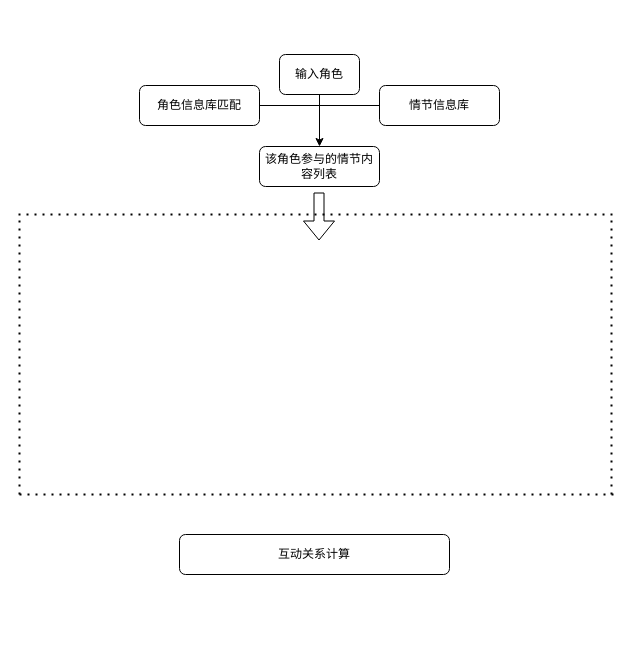
The draw.io diagram 互动关系维度.drawio in Luoxun1989/work-graph, before the edit. Source tidied: cells renumbered, new cells numbered last; positions are measured from the earlier drawing's top-left corner, leaving out a move shared by most shapes. Both pictures are drawn from the tidied source at 100%, with x=0, y=0 at pixel (18, 54).
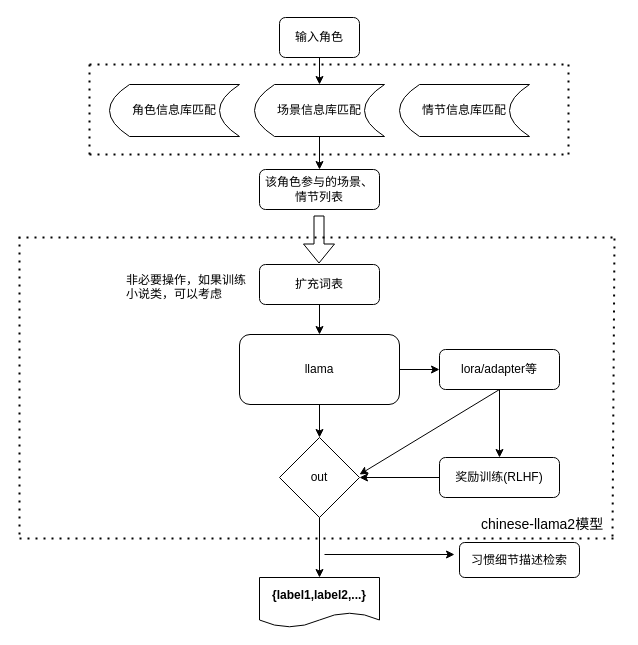
The same diagram, later.

Commit message:
更新互动关系维度.drawio

Change to the diagram source:
```diff
@@
+    <mxCell id="14" value="该角色参与的场景、情节列表" style="rounded=1;whiteSpace=wrap;html=1;fontSize=12;glass=0;strokeWidth=1;shadow=0;" parent="1" vertex="1">
+      <mxGeometry x="241" y="115" width="120" height="40" as="geometry" />
+    </mxCell>
+    <mxCell id="5" value="输入角色" style="rounded=1;whiteSpace=wrap;html=1;fontSize=12;glass=0;strokeWidth=1;shadow=0;" parent="1" vertex="1">
+      <mxGeometry x="261" y="-37" width="80" height="40" as="geometry" />
+    </mxCell>
+    <mxCell id="15" style="shape=flexArrow;endArrow=classic;html=1;rounded=0;exitX=0.5;exitY=1;exitDx=0;exitDy=0;" parent="1" edge="1">
+      <mxGeometry relative="1" as="geometry">
+        <mxPoint x="300.5" y="161" as="sourcePoint" />
+        <mxPoint x="300.5" y="209" as="targetPoint" />
+      </mxGeometry>
+    </mxCell>
+    <mxCell id="16" style="endArrow=classic;html=1;rounded=0;exitX=0.5;exitY=1;exitDx=0;exitDy=0;" parent="1" edge="1" source="5">
+      <mxGeometry relative="1" as="geometry">
+        <mxPoint x="301" y="30" as="targetPoint" />
+      </mxGeometry>
+    </mxCell>
+    <mxCell id="17" style="endArrow=none;dashed=1;html=1;dashPattern=1 3;strokeWidth=2;rounded=0;" parent="1" edge="1">
+      <mxGeometry relative="1" as="geometry">
+        <mxPoint y="183" as="sourcePoint" />
+        <mxPoint x="600" y="183" as="targetPoint" />
+      </mxGeometry>
+    </mxCell>
+    <mxCell id="18" style="endArrow=none;dashed=1;html=1;dashPattern=1 3;strokeWidth=2;rounded=0;" parent="1" edge="1">
+      <mxGeometry relative="1" as="geometry">
+        <mxPoint x="1" y="484" as="sourcePoint" />
+        <mxPoint x="601" y="484" as="targetPoint" />
+      </mxGeometry>
+    </mxCell>
+    <mxCell id="19" style="endArrow=none;dashed=1;html=1;dashPattern=1 3;strokeWidth=2;rounded=0;" parent="1" edge="1">
+      <mxGeometry relative="1" as="geometry">
+        <mxPoint x="1" y="480" as="sourcePoint" />
+        <mxPoint x="1" y="183" as="targetPoint" />
+      </mxGeometry>
+    </mxCell>
+    <mxCell id="20" style="endArrow=none;dashed=1;html=1;dashPattern=1 3;strokeWidth=2;rounded=0;exitX=1;exitY=1;exitDx=0;exitDy=0;" parent="1" edge="1">
+      <mxGeometry relative="1" as="geometry">
+        <mxPoint x="594" y="482" as="sourcePoint" />
+        <mxPoint x="596" y="181" as="targetPoint" />
+      </mxGeometry>
+    </mxCell>
+    <mxCell id="21" value="&lt;p class=&quot;MsoNormal&quot;&gt;&lt;span style=&quot;font-size: 10.5pt; background-color: rgb(255, 255, 255);&quot;&gt;&lt;font style=&quot;&quot; face=&quot;Helvetica&quot;&gt;chinese-llama2模型&lt;/font&gt;&lt;/span&gt;&lt;/p&gt;" style="text;whiteSpace=wrap;html=1;" parent="1" vertex="1">
+      <mxGeometry x="461" y="443" width="130" height="60" as="geometry" />
+    </mxCell>
-    <mxCell id="2" value="角色信息库匹配" style="rounded=1;whiteSpace=wrap;html=1;fontSize=12;glass=0;strokeWidth=1;shadow=0;" parent="1" vertex="1">
-      <mxGeometry x="121" y="31" width="120" height="40" as="geometry" />
+    <mxCell id="2" value="角色信息库匹配" style="shape=dataStorage;whiteSpace=wrap;html=1;fixedSize=1;" parent="1" vertex="1">
+      <mxGeometry x="91" y="30" width="130" height="52" as="geometry" />
     </mxCell>
-    <mxCell id="3" value="情节信息库" style="rounded=1;whiteSpace=wrap;html=1;fontSize=12;glass=0;strokeWidth=1;shadow=0;" parent="1" vertex="1">
-      <mxGeometry x="361" y="31" width="120" height="40" as="geometry" />
-    </mxCell>
-    <mxCell id="4" value="该角色参与的情节内容列表" style="rounded=1;whiteSpace=wrap;html=1;fontSize=12;glass=0;strokeWidth=1;shadow=0;" parent="1" vertex="1">
-      <mxGeometry x="241" y="92" width="120" height="40" as="geometry" />
-    </mxCell>
-    <mxCell id="5" value="输入角色" style="rounded=1;whiteSpace=wrap;html=1;fontSize=12;glass=0;strokeWidth=1;shadow=0;" parent="1" vertex="1">
-      <mxGeometry x="261" width="80" height="40" as="geometry" />
-    </mxCell>
-    <mxCell id="6" style="shape=flexArrow;endArrow=classic;html=1;rounded=0;exitX=0.5;exitY=1;exitDx=0;exitDy=0;" parent="1" edge="1">
-      <mxGeometry relative="1" as="geometry">
-        <mxPoint x="300.5" y="138" as="sourcePoint" />
-        <mxPoint x="300.5" y="186" as="targetPoint" />
-      </mxGeometry>
-    </mxCell>
-    <mxCell id="7" style="endArrow=classic;html=1;rounded=0;exitX=0.5;exitY=1;exitDx=0;exitDy=0;entryX=0.5;entryY=0;entryDx=0;entryDy=0;" parent="1" edge="1" source="5" target="4">
-      <mxGeometry relative="1" as="geometry" />
-    </mxCell>
-    <mxCell id="8" style="endArrow=none;html=1;rounded=0;exitX=1;exitY=0.5;exitDx=0;exitDy=0;entryX=0;entryY=0.5;entryDx=0;entryDy=0;" parent="1" edge="1" source="2" target="3">
-      <mxGeometry relative="1" as="geometry" />
-    </mxCell>
-    <mxCell id="9" style="endArrow=none;dashed=1;html=1;dashPattern=1 3;strokeWidth=2;rounded=0;" parent="1" edge="1">
-      <mxGeometry relative="1" as="geometry">
-        <mxPoint y="160" as="sourcePoint" />
-        <mxPoint x="600" y="160" as="targetPoint" />
-      </mxGeometry>
-    </mxCell>
-    <mxCell id="10" style="endArrow=none;dashed=1;html=1;dashPattern=1 3;strokeWidth=2;rounded=0;" parent="1" edge="1">
-      <mxGeometry relative="1" as="geometry">
-        <mxPoint x="1" y="440" as="sourcePoint" />
-        <mxPoint x="601" y="440" as="targetPoint" />
-      </mxGeometry>
-    </mxCell>
-    <mxCell id="11" style="endArrow=none;dashed=1;html=1;dashPattern=1 3;strokeWidth=2;rounded=0;" parent="1" edge="1">
-      <mxGeometry relative="1" as="geometry">
-        <mxPoint x="1" y="440" as="sourcePoint" />
-        <mxPoint x="1" y="160" as="targetPoint" />
-      </mxGeometry>
-    </mxCell>
-    <mxCell id="12" style="endArrow=none;dashed=1;html=1;dashPattern=1 3;strokeWidth=2;rounded=0;" parent="1" edge="1">
-      <mxGeometry relative="1" as="geometry">
-        <mxPoint x="593" y="440" as="sourcePoint" />
-        <mxPoint x="593" y="160" as="targetPoint" />
-      </mxGeometry>
-    </mxCell>
-    <mxCell id="13" value="互动关系计算" style="rounded=1;whiteSpace=wrap;html=1;fontSize=12;glass=0;strokeWidth=1;shadow=0;" parent="1" vertex="1">
-      <mxGeometry x="161" y="480" width="270" height="40" as="geometry" />
-    </mxCell>
+    <mxCell id="22" value="情节信息库匹配" style="shape=dataStorage;whiteSpace=wrap;html=1;fixedSize=1;" parent="1" vertex="1">
+      <mxGeometry x="381" y="30" width="130" height="52" as="geometry" />
+    </mxCell>
+    <mxCell id="23" value="场景信息库匹配" style="shape=dataStorage;whiteSpace=wrap;html=1;fixedSize=1;" parent="1" vertex="1">
+      <mxGeometry x="236" y="30" width="130" height="52" as="geometry" />
+    </mxCell>
+    <mxCell id="24" style="endArrow=classic;html=1;rounded=0;exitX=0.5;exitY=1;exitDx=0;exitDy=0;entryX=0.5;entryY=0;entryDx=0;entryDy=0;" parent="1" edge="1" source="23" target="14">
+      <mxGeometry relative="1" as="geometry" />
+    </mxCell>
+    <mxCell id="25" style="endArrow=none;dashed=1;html=1;dashPattern=1 3;strokeWidth=2;rounded=0;" parent="1" edge="1">
+      <mxGeometry relative="1" as="geometry">
+        <mxPoint x="71" y="100" as="sourcePoint" />
+        <mxPoint x="551" y="100" as="targetPoint" />
+      </mxGeometry>
+    </mxCell>
+    <mxCell id="26" style="endArrow=none;dashed=1;html=1;dashPattern=1 3;strokeWidth=2;rounded=0;" parent="1" edge="1">
+      <mxGeometry relative="1" as="geometry">
+        <mxPoint x="71" y="10" as="sourcePoint" />
+        <mxPoint x="551" y="10" as="targetPoint" />
+      </mxGeometry>
+    </mxCell>
+    <mxCell id="27" style="endArrow=none;dashed=1;html=1;dashPattern=1 3;strokeWidth=2;rounded=0;" parent="1" edge="1">
+      <mxGeometry relative="1" as="geometry">
+        <mxPoint x="71" y="100" as="sourcePoint" />
+        <mxPoint x="71" y="10" as="targetPoint" />
+      </mxGeometry>
+    </mxCell>
+    <mxCell id="28" style="endArrow=none;dashed=1;html=1;dashPattern=1 3;strokeWidth=2;rounded=0;" parent="1" edge="1">
+      <mxGeometry relative="1" as="geometry">
+        <mxPoint x="550" y="100" as="sourcePoint" />
+        <mxPoint x="550" y="10" as="targetPoint" />
+      </mxGeometry>
+    </mxCell>
+    <mxCell id="29" value="&lt;b&gt;{label1,label2,...}&lt;/b&gt;" style="shape=document;whiteSpace=wrap;html=1;boundedLbl=1;" parent="1" vertex="1">
+      <mxGeometry x="241" y="523" width="120" height="50" as="geometry" />
+    </mxCell>
+    <mxCell id="30" style="endArrow=classic;html=1;rounded=0;" parent="1" edge="1">
+      <mxGeometry relative="1" as="geometry">
+        <mxPoint x="306" y="500" as="sourcePoint" />
+        <mxPoint x="436" y="500" as="targetPoint" />
+      </mxGeometry>
+    </mxCell>
+    <mxCell id="31" value="习惯细节描述检索" style="rounded=1;whiteSpace=wrap;html=1;" parent="1" vertex="1">
+      <mxGeometry x="441" y="488" width="120" height="35" as="geometry" />
+    </mxCell>
+    <mxCell id="32" value="扩充词表" style="rounded=1;whiteSpace=wrap;html=1;fontSize=12;glass=0;strokeWidth=1;shadow=0;" parent="1" vertex="1">
+      <mxGeometry x="241" y="210" width="120" height="40" as="geometry" />
+    </mxCell>
+    <mxCell id="33" value="&lt;p class=&quot;MsoNormal&quot;&gt;&lt;span style=&quot;background-color: rgb(255, 255, 255);&quot;&gt;&lt;font style=&quot;font-size: 12px;&quot; face=&quot;Helvetica&quot;&gt;非必要操作，如果训练小说类，可以考虑&lt;/font&gt;&lt;/span&gt;&lt;/p&gt;" style="text;whiteSpace=wrap;html=1;" parent="1" vertex="1">
+      <mxGeometry x="106" y="200" width="130" height="60" as="geometry" />
+    </mxCell>
+    <mxCell id="34" value="llama" style="rounded=1;whiteSpace=wrap;html=1;fontSize=12;glass=0;strokeWidth=1;shadow=0;" parent="1" vertex="1">
+      <mxGeometry x="221" y="280" width="160" height="70" as="geometry" />
+    </mxCell>
+    <mxCell id="35" value="lora/adapter等" style="rounded=1;whiteSpace=wrap;html=1;fontSize=12;glass=0;strokeWidth=1;shadow=0;" parent="1" vertex="1">
+      <mxGeometry x="421" y="295" width="120" height="40" as="geometry" />
+    </mxCell>
+    <mxCell id="36" value="out" style="rhombus;whiteSpace=wrap;html=1;" parent="1" vertex="1">
+      <mxGeometry x="261" y="383" width="80" height="80" as="geometry" />
+    </mxCell>
+    <mxCell id="37" value="奖励训练(RLHF)" style="rounded=1;whiteSpace=wrap;html=1;fontSize=12;glass=0;strokeWidth=1;shadow=0;" parent="1" vertex="1">
+      <mxGeometry x="421" y="403" width="120" height="40" as="geometry" />
+    </mxCell>
+    <mxCell id="38" style="endArrow=classic;html=1;rounded=0;exitX=1;exitY=0.5;exitDx=0;exitDy=0;entryX=0;entryY=0.5;entryDx=0;entryDy=0;" parent="1" edge="1" source="34" target="35">
+      <mxGeometry relative="1" as="geometry" />
+    </mxCell>
+    <mxCell id="39" style="endArrow=classic;html=1;rounded=0;exitX=0.5;exitY=1;exitDx=0;exitDy=0;" parent="1" edge="1" source="32" target="34">
+      <mxGeometry relative="1" as="geometry" />
+    </mxCell>
+    <mxCell id="40" style="endArrow=classic;html=1;rounded=0;exitX=0.5;exitY=1;exitDx=0;exitDy=0;entryX=0.5;entryY=0;entryDx=0;entryDy=0;" parent="1" edge="1" source="34" target="36">
+      <mxGeometry relative="1" as="geometry" />
+    </mxCell>
+    <mxCell id="41" style="endArrow=classic;html=1;rounded=0;exitX=0.5;exitY=1;exitDx=0;exitDy=0;" parent="1" edge="1" source="35">
+      <mxGeometry relative="1" as="geometry">
+        <mxPoint x="341" y="420" as="targetPoint" />
+      </mxGeometry>
+    </mxCell>
+    <mxCell id="42" style="endArrow=classic;html=1;rounded=0;exitX=0;exitY=0.5;exitDx=0;exitDy=0;entryX=1;entryY=0.5;entryDx=0;entryDy=0;" parent="1" edge="1" source="37" target="36">
+      <mxGeometry relative="1" as="geometry" />
+    </mxCell>
+    <mxCell id="43" style="endArrow=classic;html=1;rounded=0;entryX=0.5;entryY=0;entryDx=0;entryDy=0;exitX=0.5;exitY=1;exitDx=0;exitDy=0;" parent="1" edge="1" source="35" target="37">
+      <mxGeometry relative="1" as="geometry" />
+    </mxCell>
+    <mxCell id="44" style="endArrow=classic;html=1;rounded=0;exitX=0.5;exitY=1;exitDx=0;exitDy=0;" parent="1" edge="1" source="36" target="29">
+      <mxGeometry relative="1" as="geometry" />
+    </mxCell>
```
